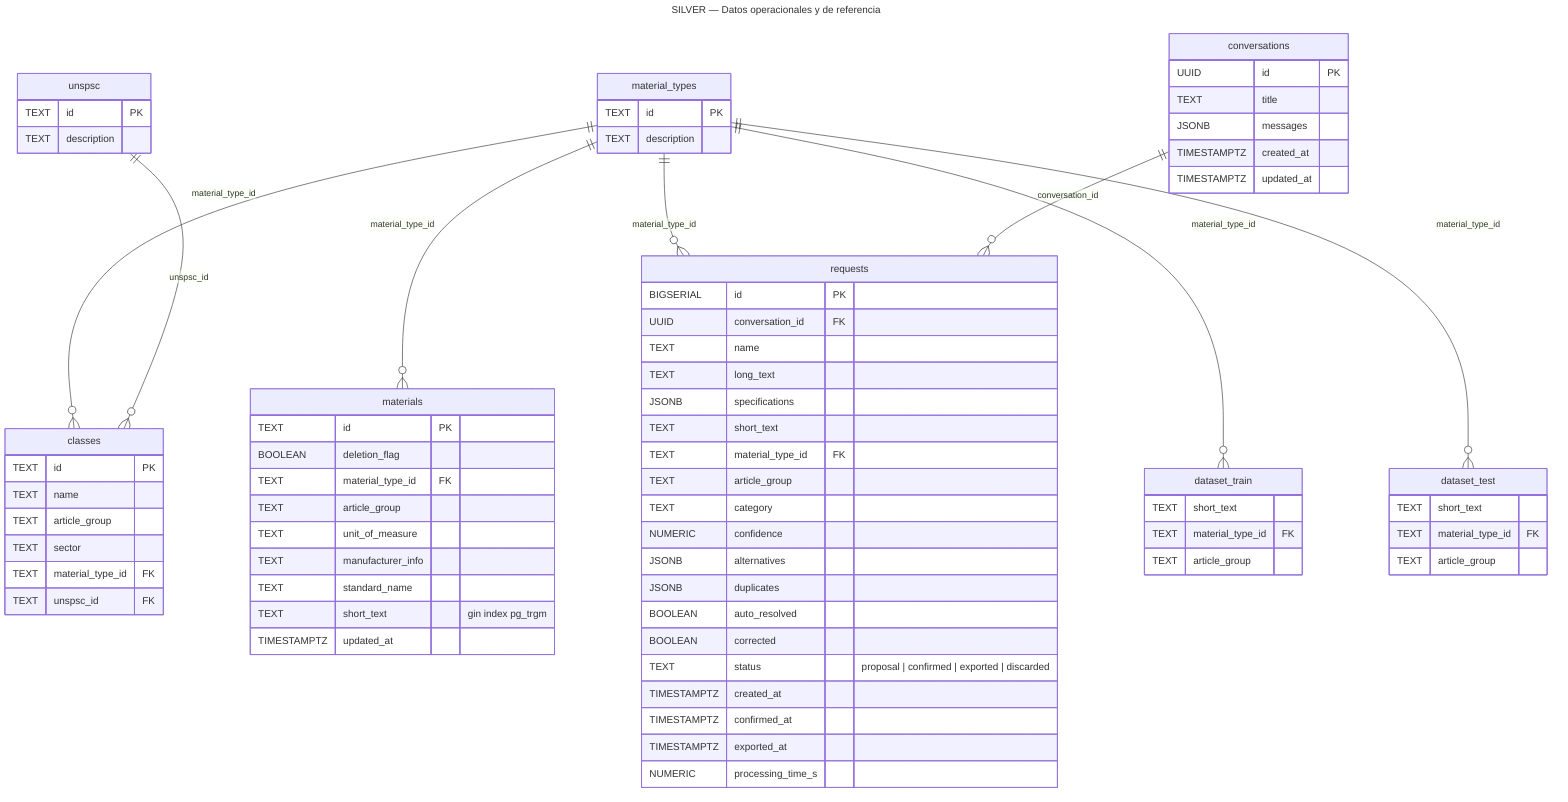
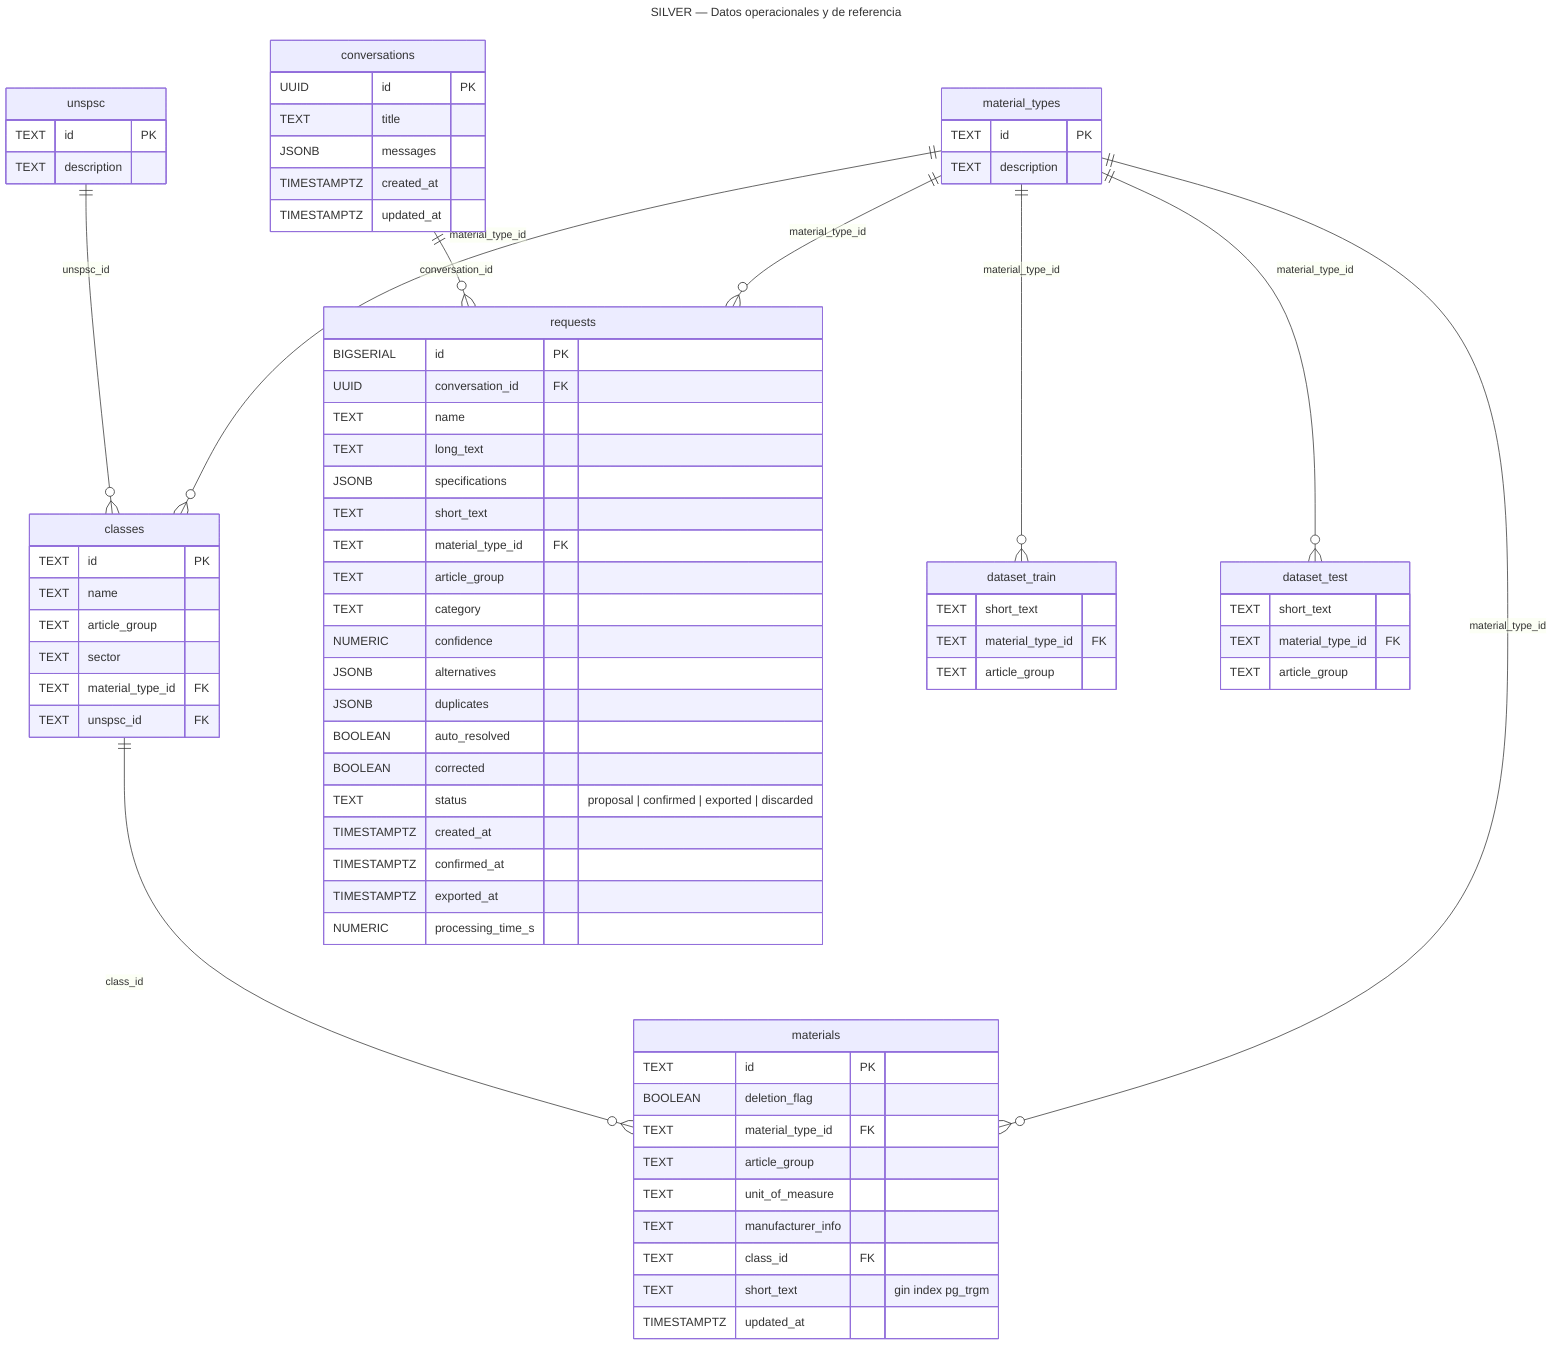
---
title: SILVER — Datos operacionales y de referencia
---
erDiagram

    materials {
        TEXT id PK
        BOOLEAN deletion_flag
        TEXT material_type_id FK
        TEXT article_group
        TEXT unit_of_measure
        TEXT manufacturer_info
-         TEXT standard_name
+         TEXT class_id FK
        TEXT short_text "gin index pg_trgm"
        TIMESTAMPTZ updated_at
    }

    classes {
        TEXT id PK
        TEXT name
        TEXT article_group
        TEXT sector
        TEXT material_type_id FK
        TEXT unspsc_id FK
    }

    unspsc {
        TEXT id PK
        TEXT description
    }

    material_types {
        TEXT id PK
        TEXT description
    }

    conversations {
        UUID id PK
        TEXT title
        JSONB messages
        TIMESTAMPTZ created_at
        TIMESTAMPTZ updated_at
    }

    requests {
        BIGSERIAL id PK
        UUID conversation_id FK
        TEXT name
        TEXT long_text
        JSONB specifications
        TEXT short_text
        TEXT material_type_id FK
        TEXT article_group
        TEXT category
        NUMERIC confidence
        JSONB alternatives
        JSONB duplicates
        BOOLEAN auto_resolved
        BOOLEAN corrected
        TEXT status "proposal | confirmed | exported | discarded"
        TIMESTAMPTZ created_at
        TIMESTAMPTZ confirmed_at
        TIMESTAMPTZ exported_at
        NUMERIC processing_time_s
    }

    dataset_train {
        TEXT short_text
        TEXT material_type_id FK
        TEXT article_group
    }

    dataset_test {
        TEXT short_text
        TEXT material_type_id FK
        TEXT article_group
    }

    %% Relaciones
    material_types ||--o{ materials : "material_type_id"
    material_types ||--o{ classes : "material_type_id"
    material_types ||--o{ requests : "material_type_id"
    material_types ||--o{ dataset_train : "material_type_id"
    material_types ||--o{ dataset_test : "material_type_id"
+     classes ||--o{ materials : "class_id"
    unspsc ||--o{ classes : "unspsc_id"
    conversations ||--o{ requests : "conversation_id"
